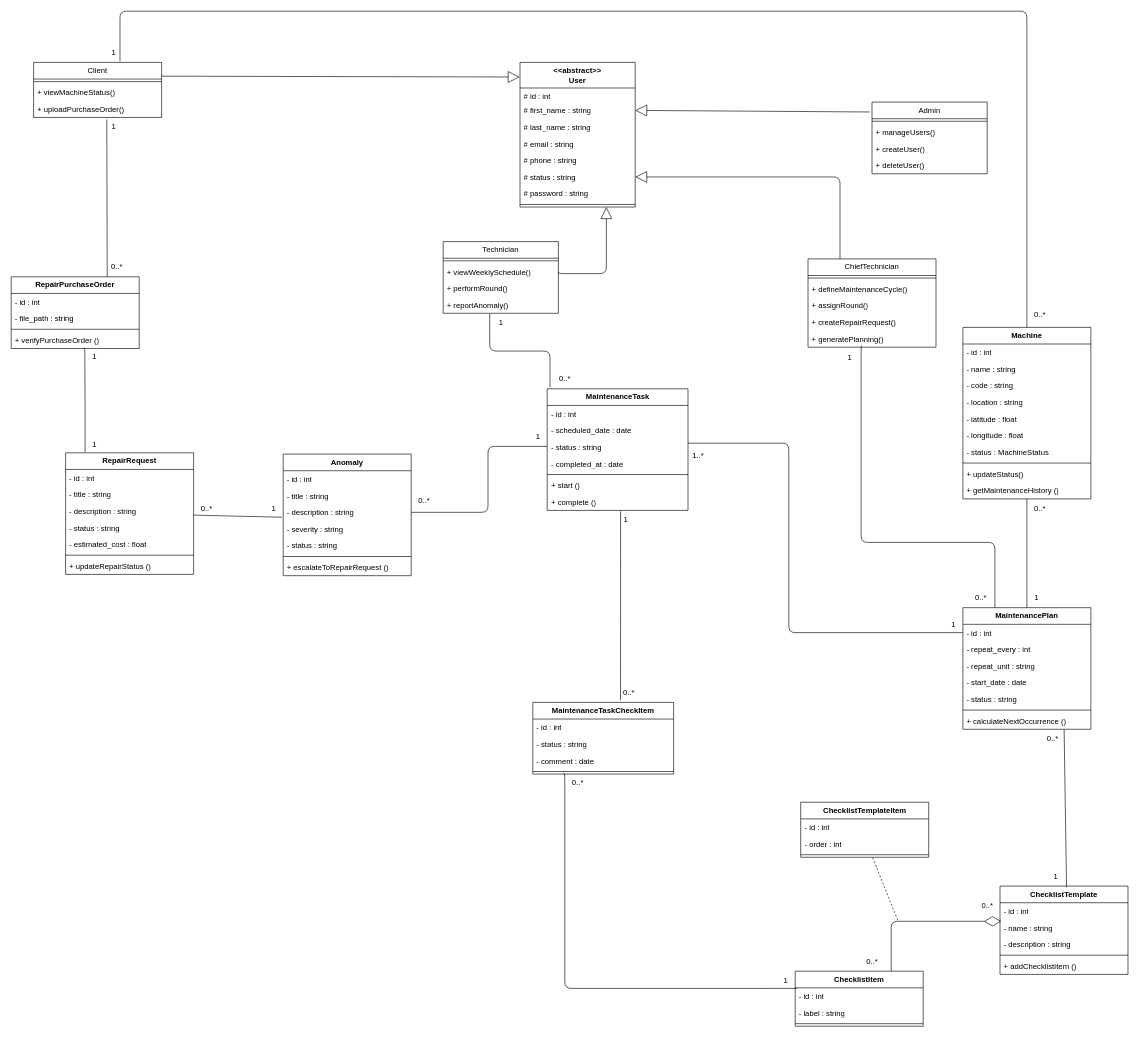
Above: BACK-END/UML/cmms_class_diagram.drawio in reda-guemry/MAINTORA (draw.io), before the change. Source tidied: cells renumbered, new cells numbered last; positions are measured from the earlier drawing's top-left corner, leaving out a move shared by most shapes. Both pictures are drawn from the tidied source at 64%, with x=0, y=0 at pixel (11, 11).
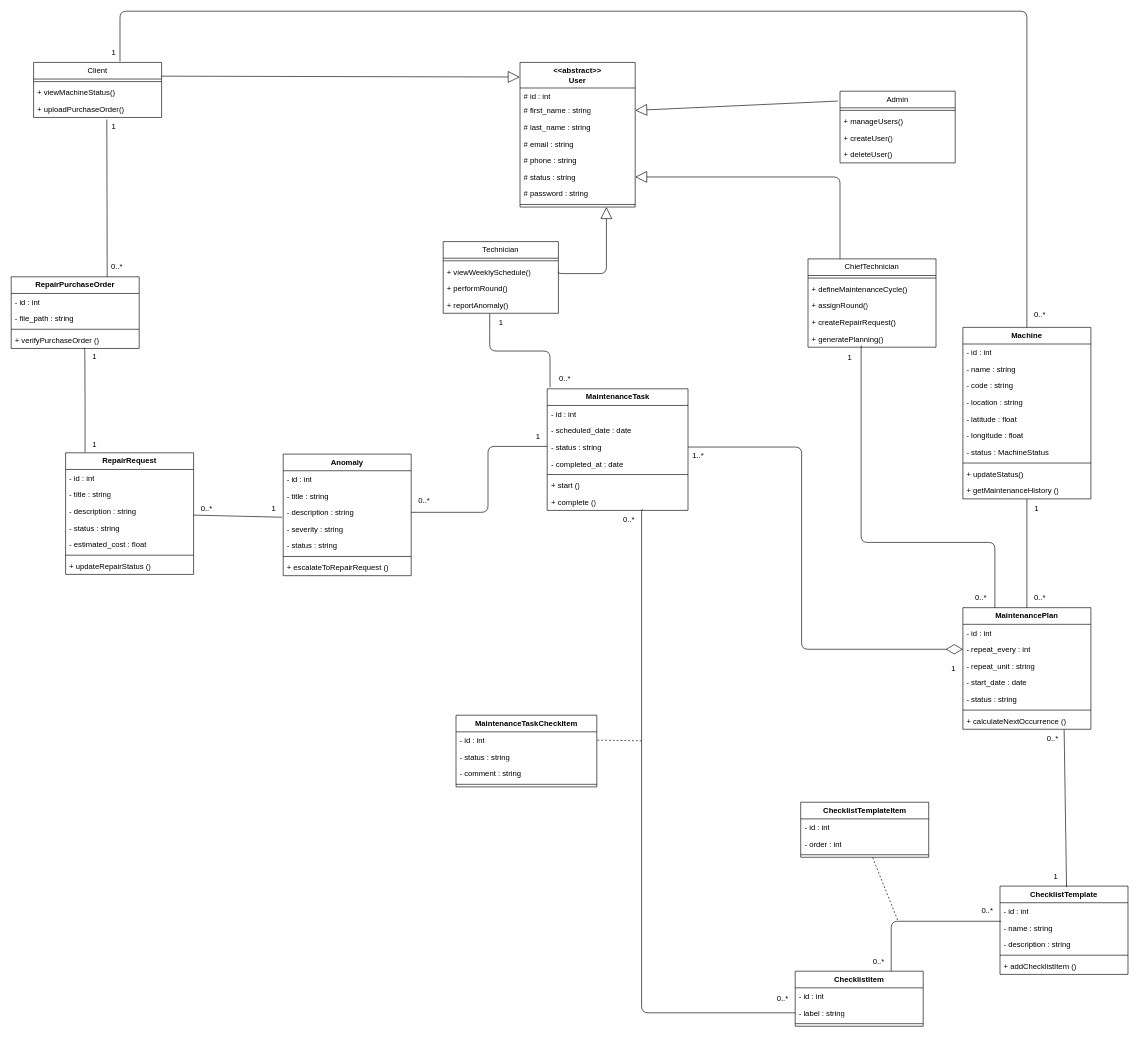
The same diagram, later.

Commit message (it also covers changes not shown here):
Update UML diagrams and images for CMMS project

Unchanged cells that the change refers to:
```xml
<mxCell id="43" value="- id : int" style="text;strokeColor=none;fillColor=none;align=left;verticalAlign=top;spacingLeft=4;spacingRight=4;overflow=hidden;points=[[0,0.5],[1,0.5]];portConstraint=eastwest;whiteSpace=wrap;html=1;" parent="42" vertex="1">
  <mxGeometry y="26" width="200" height="26" as="geometry" />
</mxCell>
<mxCell id="44" value="- repeat_every : int" style="text;strokeColor=none;fillColor=none;align=left;verticalAlign=top;spacingLeft=4;spacingRight=4;overflow=hidden;points=[[0,0.5],[1,0.5]];portConstraint=eastwest;whiteSpace=wrap;html=1;" parent="42" vertex="1">
  <mxGeometry y="52" width="200" height="26" as="geometry" />
</mxCell>
<mxCell id="53" value="- status : string" style="text;strokeColor=none;fillColor=none;align=left;verticalAlign=top;spacingLeft=4;spacingRight=4;overflow=hidden;points=[[0,0.5],[1,0.5]];portConstraint=eastwest;whiteSpace=wrap;html=1;" parent="50" vertex="1">
  <mxGeometry y="78" width="220" height="26" as="geometry" />
</mxCell>
<mxCell id="57" value="+&amp;nbsp;complete ()" style="text;strokeColor=none;fillColor=none;align=left;verticalAlign=top;spacingLeft=4;spacingRight=4;overflow=hidden;points=[[0,0.5],[1,0.5]];portConstraint=eastwest;whiteSpace=wrap;html=1;" parent="50" vertex="1">
  <mxGeometry y="164" width="220" height="26" as="geometry" />
</mxCell>
<mxCell id="60" value="- name : string" style="text;strokeColor=none;fillColor=none;align=left;verticalAlign=top;spacingLeft=4;spacingRight=4;overflow=hidden;points=[[0,0.5],[1,0.5]];portConstraint=eastwest;whiteSpace=wrap;html=1;" parent="58" vertex="1">
  <mxGeometry y="52" width="200" height="26" as="geometry" />
</mxCell>
<mxCell id="64" value="ChecklistItem" style="swimlane;fontStyle=1;horizontal=1;startSize=26;fillColor=#ffffff;strokeColor=#000000;whiteSpace=wrap;html=1;" parent="1" vertex="1">
  <mxGeometry x="1225" y="1500" width="200" height="86" as="geometry" />
</mxCell>
<mxCell id="65" value="- id : int" style="text;strokeColor=none;fillColor=none;align=left;verticalAlign=top;spacingLeft=4;spacingRight=4;overflow=hidden;points=[[0,0.5],[1,0.5]];portConstraint=eastwest;whiteSpace=wrap;html=1;" parent="64" vertex="1">
  <mxGeometry y="26" width="200" height="26" as="geometry" />
</mxCell>
<mxCell id="66" value="- label : string" style="text;strokeColor=none;fillColor=none;align=left;verticalAlign=top;spacingLeft=4;spacingRight=4;overflow=hidden;points=[[0,0.5],[1,0.5]];portConstraint=eastwest;whiteSpace=wrap;html=1;" parent="64" vertex="1">
  <mxGeometry y="52" width="200" height="26" as="geometry" />
</mxCell>
<mxCell id="129" value="- id : int" style="text;strokeColor=none;fillColor=none;align=left;verticalAlign=top;spacingLeft=4;spacingRight=4;overflow=hidden;points=[[0,0.5],[1,0.5]];portConstraint=eastwest;whiteSpace=wrap;html=1;" parent="128" vertex="1">
  <mxGeometry y="26" width="220" height="26" as="geometry" />
</mxCell>
<mxCell id="132" style="line;strokeWidth=1;fillColor=none;align=left;verticalAlign=middle;spacingTop=-1;spacingLeft=3;spacingRight=3;labelPosition=right;points=[];portConstraint=eastwest;strokeColor=inherit;" parent="128" vertex="1">
  <mxGeometry y="104" width="220" height="8" as="geometry" />
</mxCell>
```

Diff of the diagram source:
```diff
@@
     <mxCell id="11" value="Admin" style="swimlane;fontStyle=0;horizontal=1;startSize=26;fillColor=#ffffff;strokeColor=#000000;whiteSpace=wrap;html=1;" parent="1" vertex="1">
-      <mxGeometry x="1345" y="142" width="180" height="112" as="geometry" />
+      <mxGeometry x="1295" y="125" width="180" height="112" as="geometry" />
     </mxCell>
@@
     <mxCell id="96" value="1" style="text;html=1;align=center;verticalAlign=middle;strokeColor=none;fillColor=none;" parent="1" vertex="1">
-      <mxGeometry x="1587" y="902" width="30" height="30" as="geometry" />
+      <mxGeometry x="1587" y="762" width="30" height="30" as="geometry" />
     </mxCell>
     <mxCell id="97" value="0..*" style="text;html=1;align=center;verticalAlign=middle;strokeColor=none;fillColor=none;" parent="1" vertex="1">
-      <mxGeometry x="1587" y="762" width="40" height="30" as="geometry" />
+      <mxGeometry x="1587" y="902" width="40" height="30" as="geometry" />
     </mxCell>
@@
-    <mxCell id="100" style="endArrow=none;html=1;edgeStyle=orthogonalEdgeStyle;entryX=1;entryY=0.5;entryDx=0;entryDy=0;exitX=0;exitY=0.5;exitDx=0;exitDy=0;" parent="1" edge="1" source="43">
-      <mxGeometry relative="1" as="geometry">
-        <mxPoint x="1057.5" y="675" as="targetPoint" />
-        <Array as="points">
-          <mxPoint x="1215" y="971" />
-          <mxPoint x="1215" y="675" />
-        </Array>
-      </mxGeometry>
-    </mxCell>
     <mxCell id="101" value="1" style="text;html=1;align=center;verticalAlign=middle;strokeColor=none;fillColor=none;" parent="1" vertex="1">
-      <mxGeometry x="1457" y="943" width="30" height="30" as="geometry" />
+      <mxGeometry x="1457" y="1012" width="30" height="30" as="geometry" />
     </mxCell>
@@
     <mxCell id="103" value="0..*" style="text;html=1;align=center;verticalAlign=middle;strokeColor=none;fillColor=none;" parent="1" vertex="1">
-      <mxGeometry x="1505" y="1382" width="40" height="30" as="geometry" />
+      <mxGeometry x="1505" y="1390" width="40" height="30" as="geometry" />
     </mxCell>
     <mxCell id="104" value="0..*" style="text;html=1;align=center;verticalAlign=middle;strokeColor=none;fillColor=none;" parent="1" vertex="1">
-      <mxGeometry x="1325" y="1470" width="40" height="30" as="geometry" />
+      <mxGeometry x="1335" y="1470" width="40" height="30" as="geometry" />
     </mxCell>
@@
-    <mxCell id="115" style="endArrow=diamondThin;endFill=0;endSize=24;html=1;entryX=0.009;entryY=0.115;entryDx=0;entryDy=0;entryPerimeter=0;exitX=0.75;exitY=0;exitDx=0;exitDy=0;edgeStyle=orthogonalEdgeStyle;" parent="1" edge="1" source="64" target="60">
+    <mxCell id="115" style="endArrow=none;endFill=0;endSize=24;html=1;entryX=0.009;entryY=0.115;entryDx=0;entryDy=0;entryPerimeter=0;exitX=0.75;exitY=0;exitDx=0;exitDy=0;edgeStyle=orthogonalEdgeStyle;" parent="1" edge="1" source="64" target="60">
       <mxGeometry relative="1" as="geometry" />
     </mxCell>
@@
     <mxCell id="128" value="MaintenanceTaskCheckItem" style="swimlane;fontStyle=1;horizontal=1;startSize=26;fillColor=#ffffff;strokeColor=#000000;whiteSpace=wrap;html=1;" parent="1" vertex="1">
-      <mxGeometry x="815" y="1080" width="220" height="112" as="geometry" />
+      <mxGeometry x="695" y="1100" width="220" height="112" as="geometry" />
     </mxCell>
@@
-    <mxCell id="131" value="-&amp;nbsp;comment : date" style="text;strokeColor=none;fillColor=none;align=left;verticalAlign=top;spacingLeft=4;spacingRight=4;overflow=hidden;whiteSpace=wrap;html=1;" parent="128" vertex="1">
+    <mxCell id="131" value="-&amp;nbsp;comment : string&amp;nbsp;" style="text;strokeColor=none;fillColor=none;align=left;verticalAlign=top;spacingLeft=4;spacingRight=4;overflow=hidden;whiteSpace=wrap;html=1;" parent="128" vertex="1">
       <mxGeometry y="78" width="220" height="26" as="geometry" />
     </mxCell>
@@
-    <mxCell id="133" style="endArrow=none;html=1;entryX=0.623;entryY=-0.028;entryDx=0;entryDy=0;entryPerimeter=0;exitX=0.24;exitY=0.045;exitDx=0;exitDy=0;exitPerimeter=0;" parent="1" edge="1" source="135" target="128">
-      <mxGeometry relative="1" as="geometry" />
-    </mxCell>
-    <mxCell id="134" style="endArrow=none;html=1;entryX=0.217;entryY=0.833;entryDx=0;entryDy=0;exitX=0.014;exitY=0.033;exitDx=0;exitDy=0;exitPerimeter=0;entryPerimeter=0;edgeStyle=orthogonalEdgeStyle;" parent="1" edge="1" source="65" target="132">
-      <mxGeometry relative="1" as="geometry">
-        <Array as="points">
-          <mxPoint x="865" y="1527" />
-          <mxPoint x="865" y="1191" />
-        </Array>
-      </mxGeometry>
-    </mxCell>
-    <mxCell id="135" value="1" style="text;html=1;align=center;verticalAlign=middle;points=[];strokeColor=none;fillColor=none;" parent="1" vertex="1">
-      <mxGeometry x="945" y="780" width="30" height="30" as="geometry" />
-    </mxCell>
     <mxCell id="136" value="0..*" style="text;html=1;align=center;verticalAlign=middle;strokeColor=none;fillColor=none;" parent="1" vertex="1">
-      <mxGeometry x="945" y="1050" width="40" height="30" as="geometry" />
+      <mxGeometry x="945" y="780" width="40" height="30" as="geometry" />
     </mxCell>
     <mxCell id="137" value="0..*" style="text;html=1;align=center;verticalAlign=middle;strokeColor=none;fillColor=none;" parent="1" vertex="1">
-      <mxGeometry x="865" y="1190" width="40" height="30" as="geometry" />
+      <mxGeometry x="1185" y="1528" width="40" height="30" as="geometry" />
     </mxCell>
-    <mxCell id="138" value="1" style="text;html=1;align=center;verticalAlign=middle;strokeColor=none;fillColor=none;" parent="1" vertex="1">
-      <mxGeometry x="1195" y="1500" width="30" height="30" as="geometry" />
-    </mxCell>
@@
+    <mxCell id="142" style="endArrow=diamondThin;endFill=0;endSize=24;html=1;edgeStyle=orthogonalEdgeStyle;" parent="1" edge="1" source="53" target="44">
+      <mxGeometry relative="1" as="geometry">
+        <Array as="points">
+          <mxPoint x="1235" y="681" />
+          <mxPoint x="1235" y="997" />
+        </Array>
+      </mxGeometry>
+    </mxCell>
+    <mxCell id="143" style="endArrow=none;endFill=0;endSize=24;html=1;entryX=0.677;entryY=0.953;entryDx=0;entryDy=0;entryPerimeter=0;exitX=0;exitY=0.5;exitDx=0;exitDy=0;edgeStyle=orthogonalEdgeStyle;" parent="1" edge="1" source="66" target="57">
+      <mxGeometry relative="1" as="geometry">
+        <Array as="points">
+          <mxPoint x="985" y="1565" />
+          <mxPoint x="985" y="779" />
+        </Array>
+      </mxGeometry>
+    </mxCell>
+    <mxCell id="144" style="endArrow=none;dashed=1;html=1;strokeWidth=1;entryX=1;entryY=0.5;entryDx=0;entryDy=0;" parent="1" edge="1" target="129">
+      <mxGeometry relative="1" as="geometry">
+        <mxPoint x="985" y="1140" as="sourcePoint" />
+      </mxGeometry>
+    </mxCell>
```
